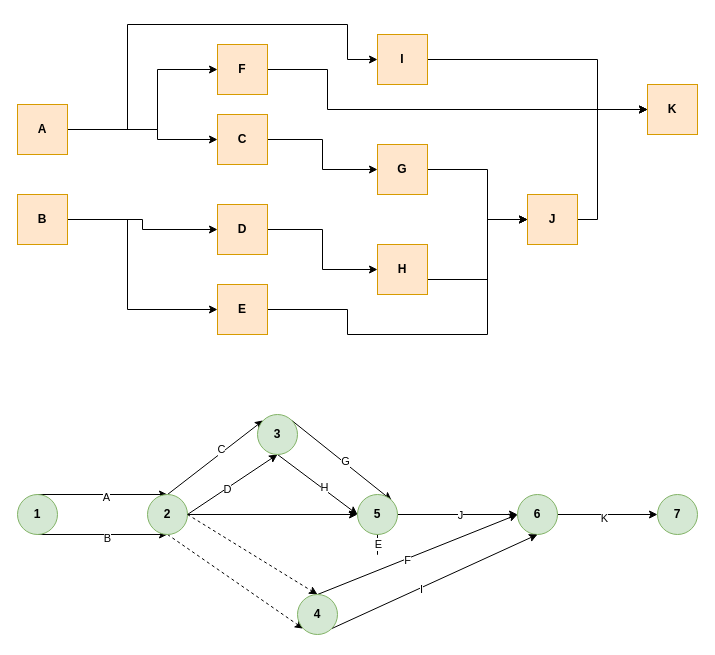
Above: ejercicio-6.drawio in MasterJhonny/diagramas (draw.io), before the change. Source tidied: cells renumbered, new cells numbered last; positions are measured from the earlier drawing's top-left corner, leaving out a move shared by most shapes. Both pictures are drawn from the tidied source at 100%, with x=0, y=0 at pixel (17, 24).
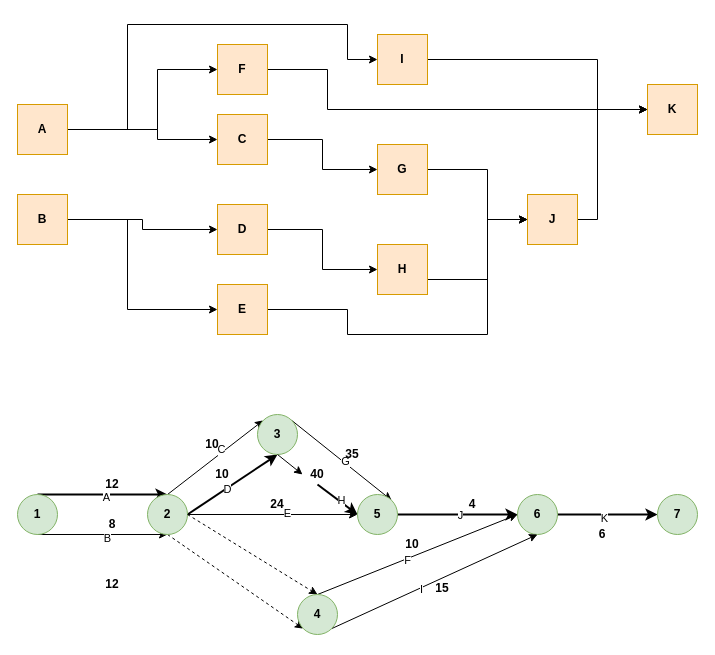
Above is the later version.

The change refers to these unchanged cells:
```xml
<mxCell id="30" value="1" style="ellipse;whiteSpace=wrap;html=1;fillColor=#d5e8d4;strokeColor=#82b366;fontStyle=1;" parent="1" vertex="1">
  <mxGeometry y="470" width="40" height="40" as="geometry" />
</mxCell>
<mxCell id="39" value="2" style="ellipse;whiteSpace=wrap;html=1;fillColor=#d5e8d4;strokeColor=#82b366;fontStyle=1;" parent="1" vertex="1">
  <mxGeometry x="130" y="470" width="40" height="40" as="geometry" />
</mxCell>
<mxCell id="42" value="6" style="ellipse;whiteSpace=wrap;html=1;fillColor=#d5e8d4;strokeColor=#82b366;fontStyle=1;" parent="1" vertex="1">
  <mxGeometry x="500" y="470" width="40" height="40" as="geometry" />
</mxCell>
<mxCell id="49" value="3" style="ellipse;whiteSpace=wrap;html=1;fillColor=#d5e8d4;strokeColor=#82b366;fontStyle=1;" parent="1" vertex="1">
  <mxGeometry x="240" y="390" width="40" height="40" as="geometry" />
</mxCell>
<mxCell id="55" value="7" style="ellipse;whiteSpace=wrap;html=1;fillColor=#d5e8d4;strokeColor=#82b366;fontStyle=1;" parent="1" vertex="1">
  <mxGeometry x="640" y="470" width="40" height="40" as="geometry" />
</mxCell>
<mxCell id="56" style="edgeStyle=orthogonalEdgeStyle;rounded=0;jettySize=auto;html=1;" parent="1" edge="1" source="39" target="57">
  <mxGeometry relative="1" as="geometry" />
</mxCell>
<mxCell id="57" value="5" style="ellipse;whiteSpace=wrap;html=1;fillColor=#d5e8d4;strokeColor=#82b366;fontStyle=1;" parent="1" vertex="1">
  <mxGeometry x="340" y="470" width="40" height="40" as="geometry" />
</mxCell>
```

Change to the diagram source:
```diff
@@
-    <mxCell id="26" style="rounded=0;jettySize=auto;html=1;exitX=0.5;exitY=0;exitDx=0;exitDy=0;entryX=0.5;entryY=0;entryDx=0;entryDy=0;" parent="1" edge="1" source="30" target="39">
+    <mxCell id="26" style="rounded=0;jettySize=auto;html=1;exitX=0.5;exitY=0;exitDx=0;exitDy=0;entryX=0.5;entryY=0;entryDx=0;entryDy=0;strokeWidth=2;" parent="1" edge="1" source="30" target="39">
       <mxGeometry relative="1" as="geometry" />
     </mxCell>
@@
-    <mxCell id="31" style="rounded=0;jettySize=auto;html=1;entryX=0.5;entryY=1;entryDx=0;entryDy=0;exitX=1;exitY=0.5;exitDx=0;exitDy=0;" parent="1" edge="1" source="39" target="49">
+    <mxCell id="31" style="rounded=0;jettySize=auto;html=1;entryX=0.5;entryY=1;entryDx=0;entryDy=0;exitX=1;exitY=0.5;exitDx=0;exitDy=0;strokeWidth=2;" parent="1" edge="1" source="39" target="49">
       <mxGeometry relative="1" as="geometry" />
     </mxCell>
@@
-    <mxCell id="35" style="edgeStyle=orthogonalEdgeStyle;rounded=0;jettySize=auto;html=1;" parent="1" edge="1" source="57">
-      <mxGeometry relative="1" as="geometry">
-        <mxPoint x="360" y="490" as="targetPoint" />
-      </mxGeometry>
-    </mxCell>
-    <mxCell id="36" value="E" style="edgeLabel;html=1;align=center;verticalAlign=middle;" parent="35" vertex="1">
-      <mxGeometry y="-2" relative="1" as="geometry">
-        <mxPoint x="-2" y="-1" as="offset" />
-      </mxGeometry>
-    </mxCell>
@@
-    <mxCell id="40" style="edgeStyle=orthogonalEdgeStyle;rounded=0;jettySize=auto;html=1;exitX=1;exitY=0.5;exitDx=0;exitDy=0;entryX=0;entryY=0.5;entryDx=0;entryDy=0;" parent="1" edge="1" source="42" target="55">
+    <mxCell id="40" style="edgeStyle=orthogonalEdgeStyle;rounded=0;jettySize=auto;html=1;exitX=1;exitY=0.5;exitDx=0;exitDy=0;entryX=0;entryY=0.5;entryDx=0;entryDy=0;strokeWidth=2;" parent="1" edge="1" source="42" target="55">
       <mxGeometry relative="1" as="geometry" />
     </mxCell>
@@
-    <mxCell id="43" style="edgeStyle=orthogonalEdgeStyle;rounded=0;jettySize=auto;html=1;exitX=1;exitY=0.5;exitDx=0;exitDy=0;" parent="1" edge="1" source="57" target="42">
+    <mxCell id="43" style="edgeStyle=orthogonalEdgeStyle;rounded=0;jettySize=auto;html=1;exitX=1;exitY=0.5;exitDx=0;exitDy=0;strokeWidth=2;" parent="1" edge="1" source="57" target="42">
       <mxGeometry relative="1" as="geometry" />
     </mxCell>
@@
-    <mxCell id="47" style="rounded=0;jettySize=auto;html=1;exitX=0.5;exitY=1;exitDx=0;exitDy=0;entryX=0;entryY=0.5;entryDx=0;entryDy=0;" parent="1" edge="1" source="49" target="57">
+    <mxCell id="47" style="rounded=0;jettySize=auto;html=1;exitX=0.5;exitY=1;exitDx=0;exitDy=0;entryX=0;entryY=0.5;entryDx=0;entryDy=0;strokeWidth=2;" parent="1" edge="1" source="67" target="57">
       <mxGeometry relative="1" as="geometry" />
     </mxCell>
@@
+    <mxCell id="36" value="E" style="edgeLabel;html=1;align=center;verticalAlign=middle;" parent="56" vertex="1">
+      <mxGeometry x="0.16" y="2" relative="1" as="geometry" />
+    </mxCell>
@@
+    <mxCell id="58" value="12" style="text;html=1;strokeColor=none;fillColor=none;align=center;verticalAlign=middle;whiteSpace=wrap;rounded=0;fontStyle=1;" parent="1" vertex="1">
+      <mxGeometry x="80" y="450" width="30" height="20" as="geometry" />
+    </mxCell>
+    <mxCell id="59" value="8" style="text;html=1;strokeColor=none;fillColor=none;align=center;verticalAlign=middle;whiteSpace=wrap;rounded=0;fontStyle=1;" parent="1" vertex="1">
+      <mxGeometry x="80" y="490" width="30" height="20" as="geometry" />
+    </mxCell>
+    <mxCell id="60" value="10" style="text;html=1;strokeColor=none;fillColor=none;align=center;verticalAlign=middle;whiteSpace=wrap;rounded=0;fontStyle=1;" parent="1" vertex="1">
+      <mxGeometry x="180" y="410" width="30" height="20" as="geometry" />
+    </mxCell>
+    <mxCell id="61" value="10" style="text;html=1;strokeColor=none;fillColor=none;align=center;verticalAlign=middle;whiteSpace=wrap;rounded=0;fontStyle=1;" parent="1" vertex="1">
+      <mxGeometry x="190" y="440" width="30" height="20" as="geometry" />
+    </mxCell>
+    <mxCell id="62" value="24" style="text;html=1;strokeColor=none;fillColor=none;align=center;verticalAlign=middle;whiteSpace=wrap;rounded=0;fontStyle=1;" parent="1" vertex="1">
+      <mxGeometry x="245" y="470" width="30" height="20" as="geometry" />
+    </mxCell>
+    <mxCell id="63" value="10" style="text;html=1;strokeColor=none;fillColor=none;align=center;verticalAlign=middle;whiteSpace=wrap;rounded=0;fontStyle=1;" parent="1" vertex="1">
+      <mxGeometry x="380" y="510" width="30" height="20" as="geometry" />
+    </mxCell>
+    <mxCell id="64" value="15" style="text;html=1;strokeColor=none;fillColor=none;align=center;verticalAlign=middle;whiteSpace=wrap;rounded=0;fontStyle=1;" parent="1" vertex="1">
+      <mxGeometry x="410" y="554" width="30" height="20" as="geometry" />
+    </mxCell>
+    <mxCell id="65" value="4" style="text;html=1;strokeColor=none;fillColor=none;align=center;verticalAlign=middle;whiteSpace=wrap;rounded=0;fontStyle=1;" parent="1" vertex="1">
+      <mxGeometry x="440" y="470" width="30" height="20" as="geometry" />
+    </mxCell>
+    <mxCell id="66" style="rounded=0;jettySize=auto;html=1;exitX=0.5;exitY=1;exitDx=0;exitDy=0;entryX=0;entryY=0.5;entryDx=0;entryDy=0;" parent="1" edge="1" source="49" target="67">
+      <mxGeometry relative="1" as="geometry" />
+    </mxCell>
+    <mxCell id="67" value="40" style="text;html=1;strokeColor=none;fillColor=none;align=center;verticalAlign=middle;whiteSpace=wrap;rounded=0;fontStyle=1;" parent="1" vertex="1">
+      <mxGeometry x="285" y="440" width="30" height="20" as="geometry" />
+    </mxCell>
+    <mxCell id="68" value="35" style="text;html=1;strokeColor=none;fillColor=none;align=center;verticalAlign=middle;whiteSpace=wrap;rounded=0;fontStyle=1;" parent="1" vertex="1">
+      <mxGeometry x="320" y="420" width="30" height="20" as="geometry" />
+    </mxCell>
+    <mxCell id="69" value="6" style="text;html=1;strokeColor=none;fillColor=none;align=center;verticalAlign=middle;whiteSpace=wrap;rounded=0;fontStyle=1;" parent="1" vertex="1">
+      <mxGeometry x="570" y="500" width="30" height="20" as="geometry" />
+    </mxCell>
+    <mxCell id="70" value="12" style="text;html=1;strokeColor=none;fillColor=none;align=center;verticalAlign=middle;whiteSpace=wrap;rounded=0;fontStyle=1;" parent="1" vertex="1">
+      <mxGeometry x="80" y="550" width="30" height="20" as="geometry" />
+    </mxCell>
```
